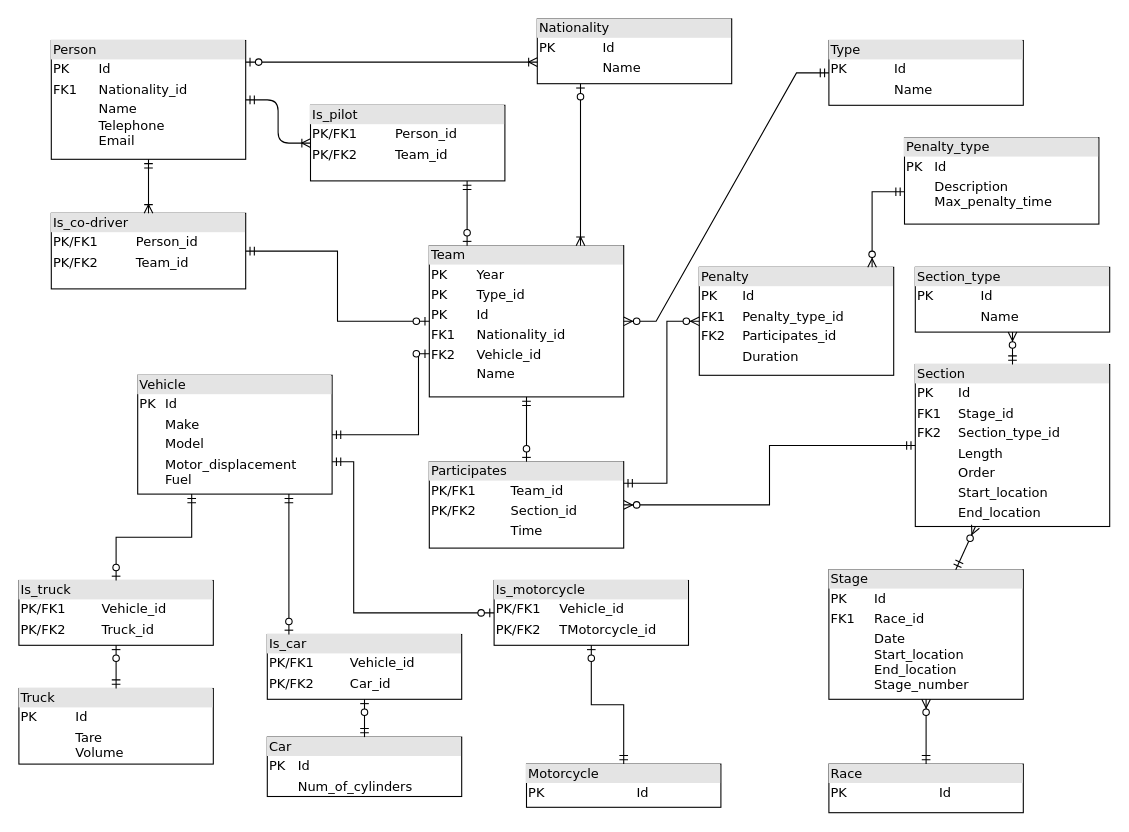
The draw.io diagram Relational_Data_Model_Diagram.drawio in DanyKrk/ISEP_BDDAD_M1, before the edit. Source tidied: cells renumbered, new cells numbered last; positions are measured from the earlier drawing's top-left corner, leaving out a move shared by most shapes. Both pictures are drawn from the tidied source at 108%, with x=0, y=0 at pixel (18, 18).
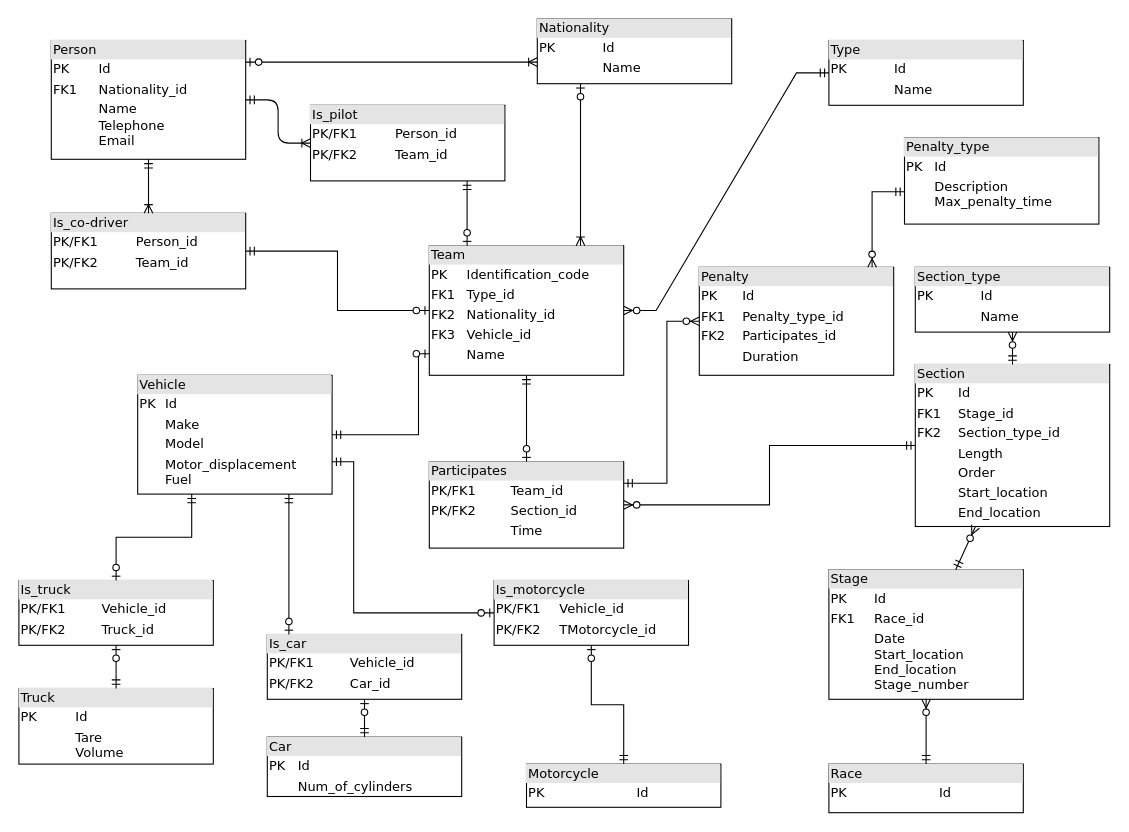
The same diagram, later.

What changed in the source:
```diff
@@
-    <mxCell id="9" value="&lt;div style=&quot;box-sizing: border-box ; width: 100% ; background: #e4e4e4 ; padding: 2px&quot;&gt;Team&lt;/div&gt;&lt;table style=&quot;width: 100% ; font-size: 1em&quot; cellpadding=&quot;2&quot; cellspacing=&quot;0&quot;&gt;&lt;tbody&gt;&lt;tr&gt;&lt;td&gt;PK&lt;/td&gt;&lt;td&gt;Year&lt;/td&gt;&lt;/tr&gt;&lt;tr&gt;&lt;td&gt;PK&lt;/td&gt;&lt;td&gt;Type_id&lt;/td&gt;&lt;/tr&gt;&lt;tr&gt;&lt;td&gt;PK&lt;/td&gt;&lt;td&gt;Id&lt;/td&gt;&lt;/tr&gt;&lt;tr&gt;&lt;td&gt;FK1&lt;br&gt;&lt;/td&gt;&lt;td&gt;Nationality_id&lt;br&gt;&lt;/td&gt;&lt;/tr&gt;&lt;tr&gt;&lt;td&gt;FK2&lt;br&gt;&lt;/td&gt;&lt;td&gt;Vehicle_id&lt;br&gt;&lt;/td&gt;&lt;/tr&gt;&lt;tr&gt;&lt;td&gt;&lt;br&gt;&lt;/td&gt;&lt;td&gt;Name&lt;br&gt;&lt;/td&gt;&lt;/tr&gt;&lt;tr&gt;&lt;td&gt;&lt;/td&gt;&lt;td&gt;&lt;br&gt;&lt;/td&gt;&lt;/tr&gt;&lt;/tbody&gt;&lt;/table&gt;" style="verticalAlign=top;align=left;overflow=fill;html=1;rounded=0;shadow=0;comic=0;labelBackgroundColor=none;strokeWidth=1;fontFamily=Verdana;fontSize=12;" parent="1" vertex="1">
-      <mxGeometry x="380" y="210" width="180" height="140" as="geometry" />
+    <mxCell id="9" value="&lt;div style=&quot;box-sizing: border-box ; width: 100% ; background: #e4e4e4 ; padding: 2px&quot;&gt;Team&lt;/div&gt;&lt;table style=&quot;width: 100% ; font-size: 1em&quot; cellpadding=&quot;2&quot; cellspacing=&quot;0&quot;&gt;&lt;tbody&gt;&lt;tr&gt;&lt;td&gt;PK&lt;/td&gt;&lt;td&gt;Identification_code&lt;/td&gt;&lt;/tr&gt;&lt;tr&gt;&lt;td&gt;FK1&lt;/td&gt;&lt;td&gt;Type_id&lt;/td&gt;&lt;/tr&gt;&lt;tr&gt;&lt;td&gt;FK2&lt;/td&gt;&lt;td&gt;Nationality_id&lt;br&gt;&lt;/td&gt;&lt;/tr&gt;&lt;tr&gt;&lt;td&gt;FK3&lt;br&gt;&lt;/td&gt;&lt;td&gt;Vehicle_id&lt;br&gt;&lt;/td&gt;&lt;/tr&gt;&lt;tr&gt;&lt;td&gt;&lt;br&gt;&lt;/td&gt;&lt;td&gt;Name&lt;br&gt;&lt;/td&gt;&lt;/tr&gt;&lt;tr&gt;&lt;td&gt;&lt;br&gt;&lt;/td&gt;&lt;td&gt;&lt;br&gt;&lt;/td&gt;&lt;/tr&gt;&lt;tr&gt;&lt;td&gt;&lt;/td&gt;&lt;td&gt;&lt;br&gt;&lt;/td&gt;&lt;/tr&gt;&lt;/tbody&gt;&lt;/table&gt;" style="verticalAlign=top;align=left;overflow=fill;html=1;rounded=0;shadow=0;comic=0;labelBackgroundColor=none;strokeWidth=1;fontFamily=Verdana;fontSize=12;" parent="1" vertex="1">
+      <mxGeometry x="380" y="210" width="180" height="120" as="geometry" />
     </mxCell>
```
